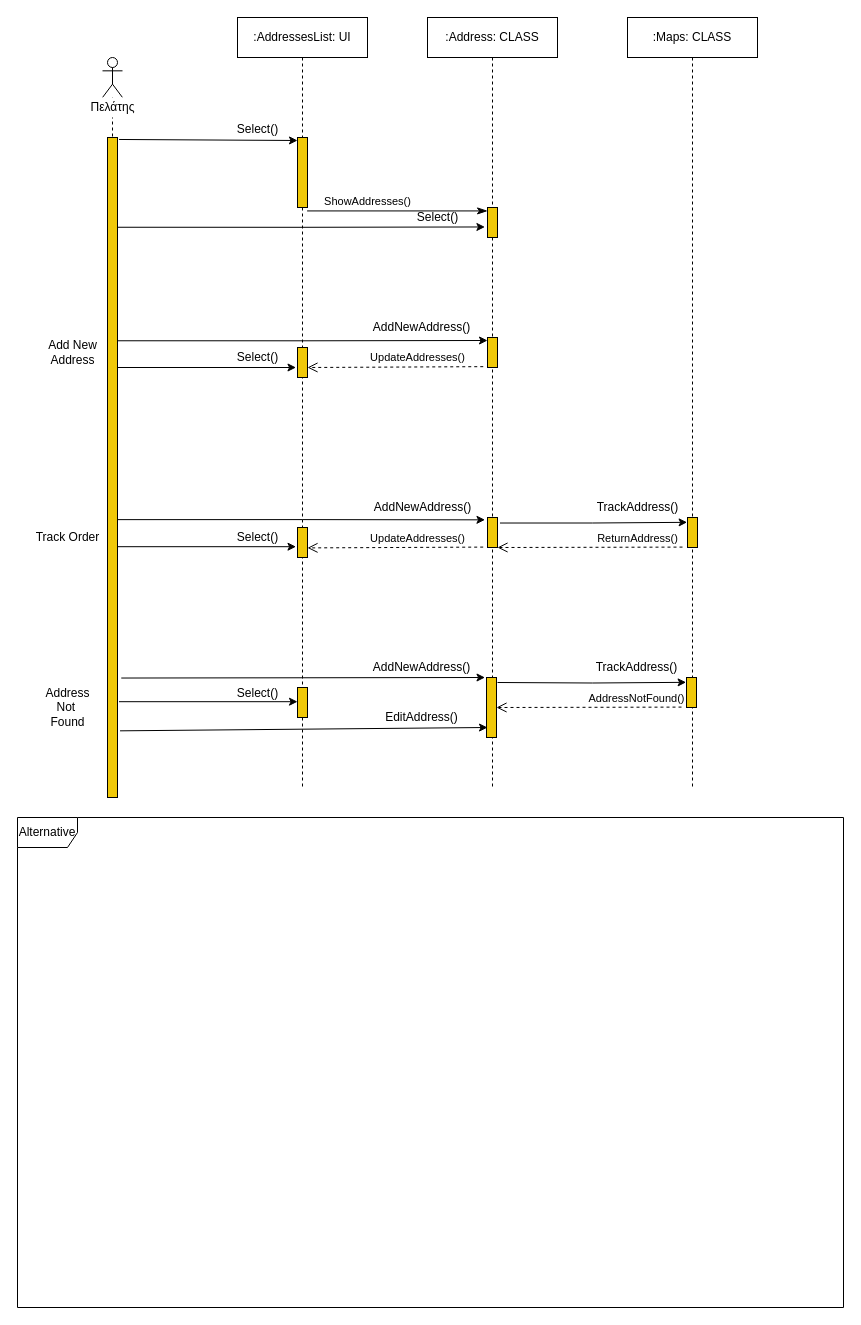
Above: docs/contributions/AthanasiaZ/Writing-Charts/Phase4/sequence_select_address.drawio in iloudaros/nomnomr (draw.io), before the change. Source tidied: cells renumbered, new cells numbered last; positions are measured from the earlier drawing's top-left corner, leaving out a move shared by most shapes. Both pictures are drawn from the tidied source at 100%, with x=0, y=0 at pixel (17, 17).
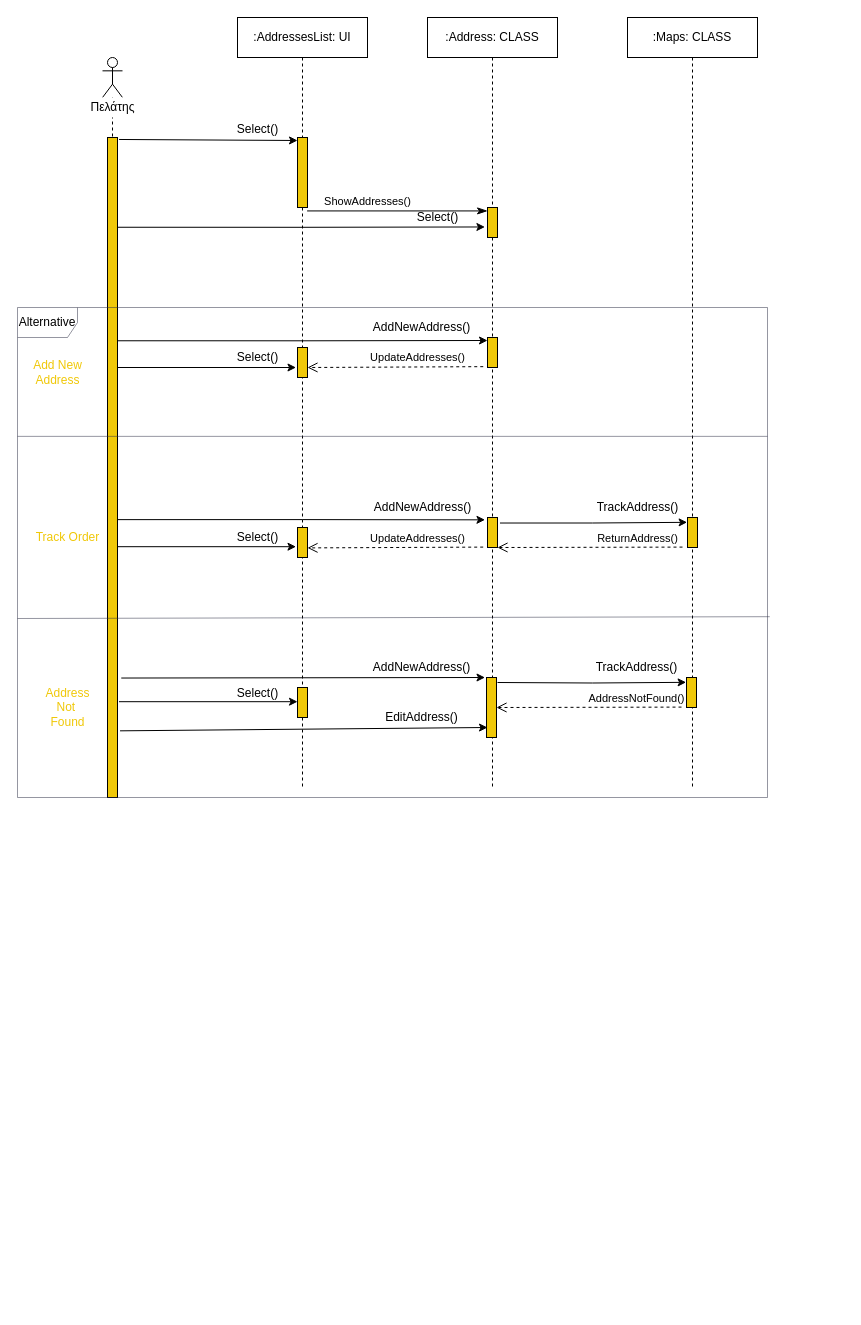
The same diagram, later.

Diff of the diagram source:
```diff
@@
-    <mxCell id="45" value="Add New&lt;br&gt;Address" style="text;html=1;align=center;verticalAlign=middle;strokeColor=none;fillColor=none;" parent="1" vertex="1">
-      <mxGeometry x="25" y="320" width="60" height="30" as="geometry" />
+    <mxCell id="45" value="Add New&lt;br&gt;Address" style="text;html=1;align=center;verticalAlign=middle;strokeColor=none;fillColor=none;fontColor=#F0C808;" parent="1" vertex="1">
+      <mxGeometry x="10" y="340" width="60" height="30" as="geometry" />
     </mxCell>
-    <mxCell id="46" value="Track Order" style="text;html=1;align=center;verticalAlign=middle;strokeColor=none;fillColor=none;" parent="1" vertex="1">
+    <mxCell id="46" value="Track Order" style="text;html=1;align=center;verticalAlign=middle;strokeColor=none;fillColor=none;fontColor=#F0C808;" parent="1" vertex="1">
       <mxGeometry x="10" y="510" width="80" height="20" as="geometry" />
     </mxCell>
-    <mxCell id="47" value="Address&lt;br&gt;Not&amp;nbsp;&lt;br&gt;Found" style="text;html=1;align=center;verticalAlign=middle;strokeColor=none;fillColor=none;" parent="1" vertex="1">
+    <mxCell id="47" value="Address&lt;br&gt;Not&amp;nbsp;&lt;br&gt;Found" style="text;html=1;align=center;verticalAlign=middle;strokeColor=none;fillColor=none;fontColor=#F0C808;" parent="1" vertex="1">
       <mxGeometry x="20" y="665" width="60" height="50" as="geometry" />
     </mxCell>
+    <mxCell id="49" style="endArrow=none;html=1;rounded=0;exitX=0;exitY=0.263;exitDx=0;exitDy=0;exitPerimeter=0;entryX=1;entryY=0.263;entryDx=0;entryDy=0;entryPerimeter=0;strokeColor=#2B2D42;strokeWidth=0.5;" parent="1" edge="1" source="48" target="48">
+      <mxGeometry relative="1" as="geometry" />
+    </mxCell>
+    <mxCell id="50" style="endArrow=none;html=1;rounded=0;exitX=0.013;exitY=0.265;exitDx=0;exitDy=0;exitPerimeter=0;entryX=1.003;entryY=0.631;entryDx=0;entryDy=0;entryPerimeter=0;strokeColor=#2B2D42;strokeWidth=0.5;" parent="1" edge="1" target="48">
+      <mxGeometry relative="1" as="geometry">
+        <mxPoint y="601" as="sourcePoint" />
+      </mxGeometry>
+    </mxCell>
-    <mxCell id="48" value="Alternative" style="shape=umlFrame;whiteSpace=wrap;html=1;rounded=0;labelBackgroundColor=none;labelBorderColor=none;fontColor=default;fillColor=none;gradientColor=none;" parent="1" vertex="1">
-      <mxGeometry y="800" width="826" height="490" as="geometry" />
+    <mxCell id="48" value="Alternative" style="shape=umlFrame;whiteSpace=wrap;html=1;rounded=0;labelBackgroundColor=none;labelBorderColor=none;fontColor=default;fillColor=none;gradientColor=none;strokeColor=#2B2D42;strokeWidth=0.5;" parent="1" vertex="1">
+      <mxGeometry y="290" width="750" height="490" as="geometry" />
     </mxCell>
```
